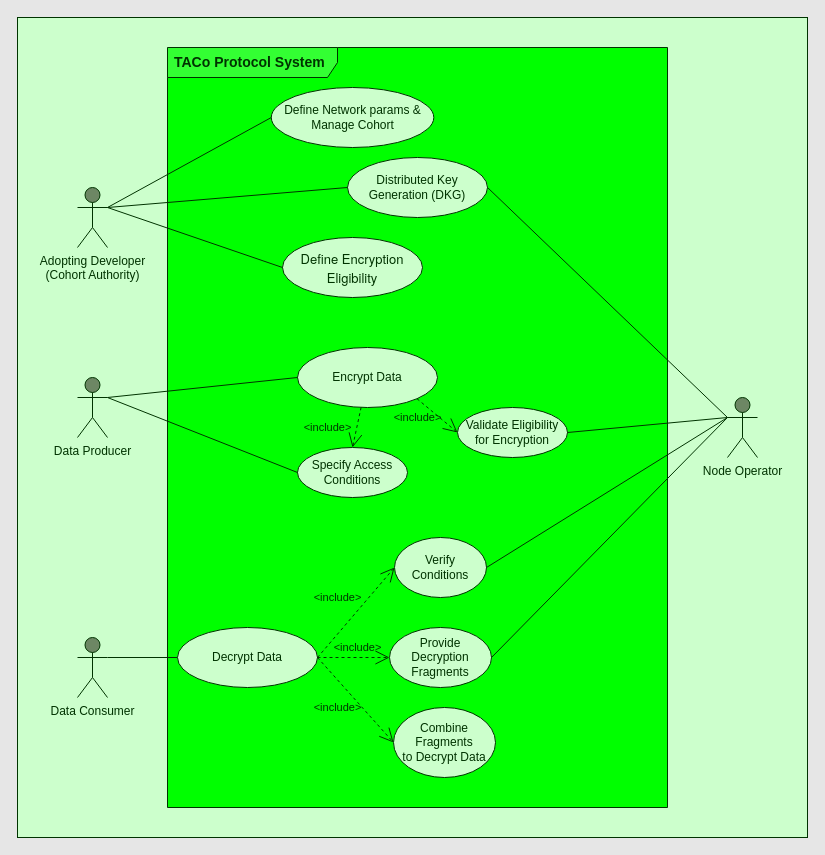
The draw.io diagram .gitbook/assets/architecture/use-case-diagram.drawio in nucypher/taco-docs, before the edit. Source tidied: cells renumbered, new cells numbered last; positions are measured from the earlier drawing's top-left corner, leaving out a move shared by most shapes. Both pictures are drawn from the tidied source at 100%, with x=0, y=0 at pixel (17, 17).
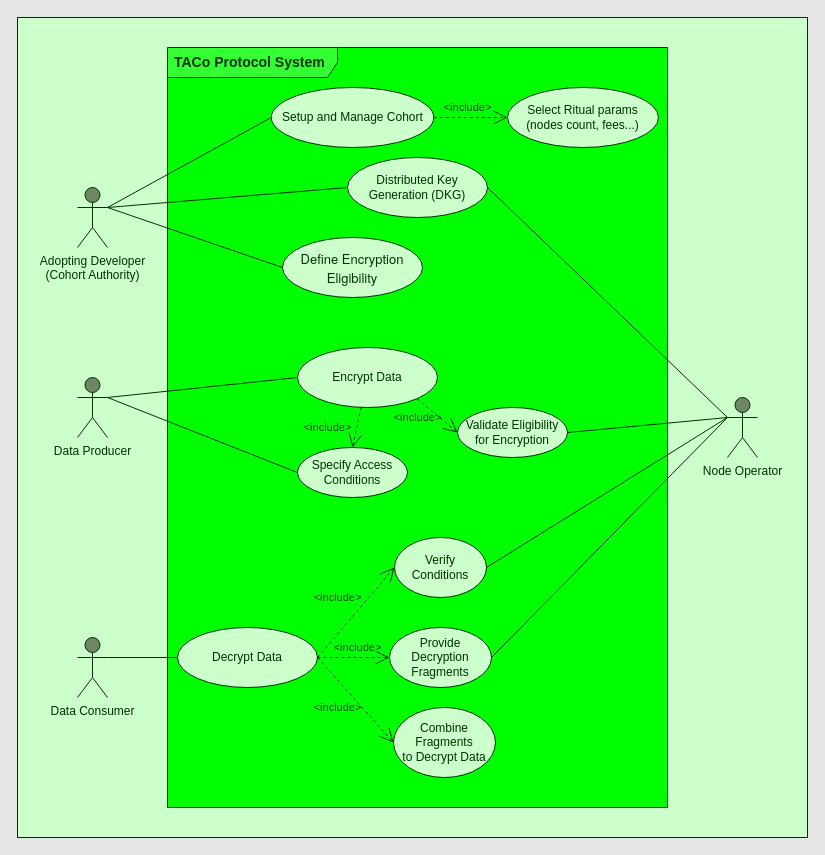
The same diagram, later.

Commit message (it also covers changes not shown here):
enhance the diagrams according to reviews

Change to the diagram source:
```diff
@@
-    <mxCell id="9" value="Define Network params &amp;amp; Manage Cohort" style="ellipse;whiteSpace=wrap;html=1;strokeColor=#003300;fillColor=#CCFFCC;fontColor=#003300;labelBackgroundColor=none;labelBorderColor=none;" parent="1" vertex="1">
+    <mxCell id="9" value="Setup and Manage Cohort" style="ellipse;whiteSpace=wrap;html=1;strokeColor=#003300;fillColor=#CCFFCC;fontColor=#003300;labelBackgroundColor=none;labelBorderColor=none;" parent="1" vertex="1">
       <mxGeometry x="253.8" y="70" width="162.5" height="60" as="geometry" />
     </mxCell>
@@
+    <mxCell id="33" value="Select Ritual params&lt;br&gt;(nodes count, fees...)" style="ellipse;whiteSpace=wrap;html=1;strokeColor=#003300;fillColor=#CCFFCC;fontColor=#003300;labelBackgroundColor=none;labelBorderColor=none;" parent="1" vertex="1">
+      <mxGeometry x="490" y="70" width="151" height="60" as="geometry" />
+    </mxCell>
+    <mxCell id="34" value="&amp;lt;include&amp;gt;" style="endArrow=open;endSize=12;dashed=1;html=1;rounded=0;strokeColor=#003300;fontColor=#003300;fillColor=#6d8764;labelBackgroundColor=none;labelBorderColor=none;" parent="1" edge="1" source="9" target="33">
+      <mxGeometry x="-0.08" y="10" relative="1" as="geometry" />
+    </mxCell>
```
